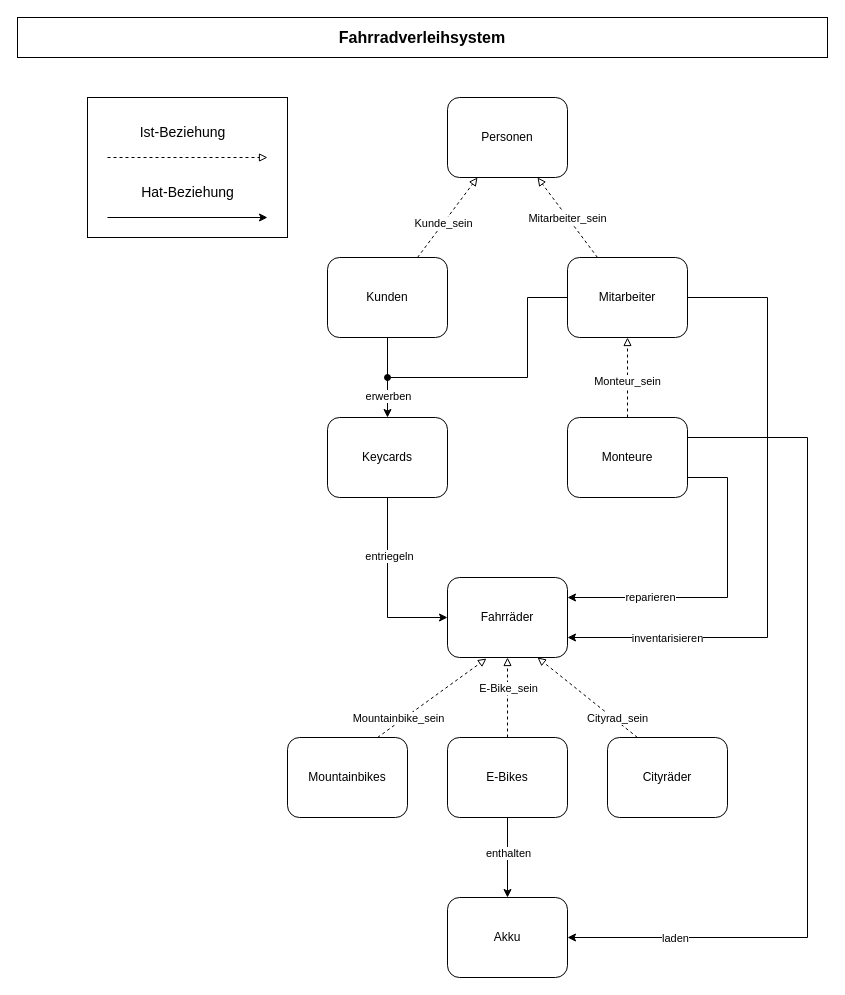
Above: Fahrradverleih.drawio in tobiasenger/zeichnungen (draw.io), before the change. Source tidied: cells renumbered, new cells numbered last; positions are measured from the earlier drawing's top-left corner, leaving out a move shared by most shapes. Both pictures are drawn from the tidied source at 100%, with x=0, y=0 at pixel (17, 17).
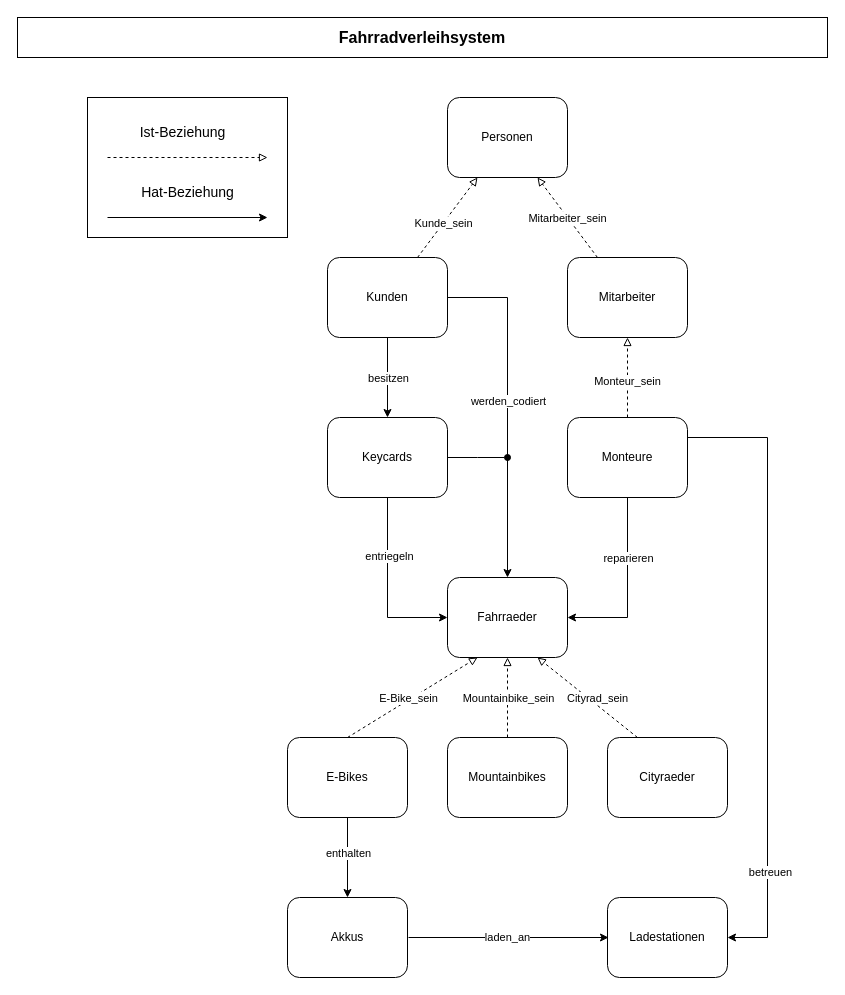
The same page after the edit.

Unchanged cells that the change refers to:
```xml
<mxCell id="10" value="Monteure" style="rounded=1;whiteSpace=wrap;html=1;" parent="1" vertex="1">
  <mxGeometry x="550" y="400" width="120" height="80" as="geometry" />
</mxCell>
<mxCell id="13" value="Keycards" style="rounded=1;whiteSpace=wrap;html=1;" parent="1" vertex="1">
  <mxGeometry x="310" y="400" width="120" height="80" as="geometry" />
</mxCell>
<mxCell id="15" style="rounded=0;jettySize=auto;html=1;exitX=0.25;exitY=0;exitDx=0;exitDy=0;entryX=0.75;entryY=1;entryDx=0;entryDy=0;dashed=1;endArrow=block;endFill=0;" parent="1" edge="1" source="17" target="23">
  <mxGeometry relative="1" as="geometry" />
</mxCell>
<mxCell id="24" style="edgeStyle=orthogonalEdgeStyle;rounded=0;jettySize=auto;html=1;exitX=0.5;exitY=1;exitDx=0;exitDy=0;entryX=0.5;entryY=0;entryDx=0;entryDy=0;" parent="1" edge="1" source="26" target="13">
  <mxGeometry relative="1" as="geometry" />
</mxCell>
<mxCell id="26" value="Kunden" style="rounded=1;whiteSpace=wrap;html=1;" parent="1" vertex="1">
  <mxGeometry x="310" y="240" width="120" height="80" as="geometry" />
</mxCell>
<mxCell id="30" value="Mitarbeiter" style="rounded=1;whiteSpace=wrap;html=1;" parent="1" vertex="1">
  <mxGeometry x="550" y="240" width="120" height="80" as="geometry" />
</mxCell>
```

Change to the diagram source:
```diff
@@
+    <mxCell id="43" style="edgeStyle=orthogonalEdgeStyle;rounded=0;orthogonalLoop=1;jettySize=auto;html=1;exitX=1;exitY=0.5;exitDx=0;exitDy=0;entryX=0;entryY=0.5;entryDx=0;entryDy=0;" parent="1" edge="1">
+      <mxGeometry relative="1" as="geometry">
+        <mxPoint x="391" y="920" as="sourcePoint" />
+        <mxPoint x="591" y="920" as="targetPoint" />
+      </mxGeometry>
+    </mxCell>
+    <mxCell id="44" value="laden_an" style="edgeLabel;html=1;align=center;verticalAlign=middle;" parent="43" vertex="1">
+      <mxGeometry x="-0.02" y="-3" relative="1" as="geometry">
+        <mxPoint y="-4" as="offset" />
+      </mxGeometry>
+    </mxCell>
-    <mxCell id="3" value="Akku" style="rounded=1;whiteSpace=wrap;html=1;" parent="1" vertex="1">
-      <mxGeometry x="430" y="880" width="120" height="80" as="geometry" />
+    <mxCell id="3" value="Akkus" style="rounded=1;whiteSpace=wrap;html=1;" parent="1" vertex="1">
+      <mxGeometry x="270" y="880" width="120" height="80" as="geometry" />
     </mxCell>
@@
-    <mxCell id="6" style="edgeStyle=orthogonalEdgeStyle;rounded=0;jettySize=auto;html=1;exitX=1;exitY=0.75;exitDx=0;exitDy=0;entryX=1;entryY=0.25;entryDx=0;entryDy=0;" parent="1" edge="1" source="10" target="23">
+    <mxCell id="6" style="edgeStyle=orthogonalEdgeStyle;rounded=0;jettySize=auto;html=1;exitX=0.5;exitY=1;exitDx=0;exitDy=0;entryX=1;entryY=0.5;entryDx=0;entryDy=0;" parent="1" edge="1" source="10" target="23">
       <mxGeometry relative="1" as="geometry">
         <Array as="points">
-          <mxPoint x="710" y="460" />
-          <mxPoint x="710" y="580" />
+          <mxPoint x="610" y="600" />
         </Array>
       </mxGeometry>
     </mxCell>
     <mxCell id="7" value="reparieren" style="edgeLabel;html=1;align=center;verticalAlign=middle;" parent="6" vertex="1">
       <mxGeometry x="0.49" y="1" relative="1" as="geometry">
-        <mxPoint y="-2" as="offset" />
+        <mxPoint x="14" y="-61" as="offset" />
       </mxGeometry>
     </mxCell>
-    <mxCell id="8" style="edgeStyle=orthogonalEdgeStyle;rounded=0;jettySize=auto;html=1;exitX=1;exitY=0.25;exitDx=0;exitDy=0;entryX=1;entryY=0.5;entryDx=0;entryDy=0;" parent="1" edge="1" source="10" target="3">
-      <mxGeometry relative="1" as="geometry">
-        <Array as="points">
-          <mxPoint x="790" y="420" />
-          <mxPoint x="790" y="920" />
-        </Array>
-      </mxGeometry>
-    </mxCell>
-    <mxCell id="9" value="laden" style="edgeLabel;html=1;align=center;verticalAlign=middle;" parent="8" vertex="1">
-      <mxGeometry x="0.75" y="1" relative="1" as="geometry">
-        <mxPoint y="-1" as="offset" />
-      </mxGeometry>
-    </mxCell>
@@
+    <mxCell id="45" style="edgeStyle=orthogonalEdgeStyle;rounded=0;jettySize=auto;html=1;exitX=1;exitY=0.5;exitDx=0;exitDy=0;endArrow=oval;endFill=1;" parent="1" edge="1" source="13">
+      <mxGeometry relative="1" as="geometry">
+        <mxPoint x="490" y="440" as="targetPoint" />
+      </mxGeometry>
+    </mxCell>
@@
     <mxCell id="14" value="Mountainbikes" style="rounded=1;whiteSpace=wrap;html=1;" parent="1" vertex="1">
-      <mxGeometry x="270" y="720" width="120" height="80" as="geometry" />
+      <mxGeometry x="430" y="720" width="120" height="80" as="geometry" />
     </mxCell>
@@
     <mxCell id="16" value="Cityrad_sein" style="edgeLabel;html=1;align=center;verticalAlign=middle;" parent="15" vertex="1">
       <mxGeometry x="-0.3" y="3" relative="1" as="geometry">
-        <mxPoint x="17" y="6" as="offset" />
+        <mxPoint x="-3" y="-14" as="offset" />
       </mxGeometry>
     </mxCell>
-    <mxCell id="17" value="Cityräder" style="rounded=1;whiteSpace=wrap;html=1;" parent="1" vertex="1">
+    <mxCell id="17" value="Cityraeder" style="rounded=1;whiteSpace=wrap;html=1;" parent="1" vertex="1">
       <mxGeometry x="590" y="720" width="120" height="80" as="geometry" />
     </mxCell>
-    <mxCell id="18" style="edgeStyle=orthogonalEdgeStyle;rounded=0;jettySize=auto;html=1;exitX=0.5;exitY=0;exitDx=0;exitDy=0;entryX=0.5;entryY=1;entryDx=0;entryDy=0;dashed=1;endArrow=block;endFill=0;" parent="1" edge="1" source="22" target="23">
+    <mxCell id="18" style="rounded=0;jettySize=auto;html=1;exitX=0.5;exitY=0;exitDx=0;exitDy=0;entryX=0.25;entryY=1;entryDx=0;entryDy=0;dashed=1;endArrow=block;endFill=0;" parent="1" edge="1" source="22" target="23">
       <mxGeometry relative="1" as="geometry" />
     </mxCell>
     <mxCell id="19" value="E-Bike_sein" style="edgeLabel;html=1;align=center;verticalAlign=middle;" parent="18" vertex="1">
       <mxGeometry x="-0.15" y="2" relative="1" as="geometry">
-        <mxPoint x="2" y="-16" as="offset" />
+        <mxPoint x="6" y="-4" as="offset" />
       </mxGeometry>
     </mxCell>
@@
     <mxCell id="22" value="E-Bikes" style="rounded=1;whiteSpace=wrap;html=1;" parent="1" vertex="1">
-      <mxGeometry x="430" y="720" width="120" height="80" as="geometry" />
+      <mxGeometry x="270" y="720" width="120" height="80" as="geometry" />
     </mxCell>
-    <mxCell id="23" value="Fahrräder" style="rounded=1;whiteSpace=wrap;html=1;" parent="1" vertex="1">
+    <mxCell id="23" value="Fahrraeder" style="rounded=1;whiteSpace=wrap;html=1;" parent="1" vertex="1">
       <mxGeometry x="430" y="560" width="120" height="80" as="geometry" />
     </mxCell>
@@
-    <mxCell id="25" value="erwerben" style="edgeLabel;html=1;align=center;verticalAlign=middle;" parent="24" vertex="1">
-      <mxGeometry x="0.45" relative="1" as="geometry" />
+    <mxCell id="25" value="besitzen" style="edgeLabel;html=1;align=center;verticalAlign=middle;" parent="24" vertex="1">
+      <mxGeometry x="0.45" relative="1" as="geometry">
+        <mxPoint y="-18" as="offset" />
+      </mxGeometry>
     </mxCell>
+    <mxCell id="46" style="edgeStyle=orthogonalEdgeStyle;rounded=0;jettySize=auto;html=1;exitX=1;exitY=0.5;exitDx=0;exitDy=0;entryX=0.5;entryY=0;entryDx=0;entryDy=0;" parent="1" edge="1" source="26" target="23">
+      <mxGeometry relative="1" as="geometry" />
+    </mxCell>
+    <mxCell id="47" value="werden_codiert" style="edgeLabel;html=1;align=center;verticalAlign=middle;" parent="46" vertex="1">
+      <mxGeometry x="-0.04" relative="1" as="geometry" />
+    </mxCell>
@@
-    <mxCell id="27" style="edgeStyle=orthogonalEdgeStyle;rounded=0;jettySize=auto;html=1;exitX=1;exitY=0.5;exitDx=0;exitDy=0;entryX=1;entryY=0.75;entryDx=0;entryDy=0;" parent="1" edge="1" source="30" target="23">
-      <mxGeometry relative="1" as="geometry">
-        <Array as="points">
-          <mxPoint x="750" y="280" />
-          <mxPoint x="750" y="620" />
-        </Array>
-      </mxGeometry>
-    </mxCell>
-    <mxCell id="28" value="inventarisieren" style="edgeLabel;html=1;align=center;verticalAlign=middle;" parent="27" vertex="1">
-      <mxGeometry x="0.68" relative="1" as="geometry" />
-    </mxCell>
-    <mxCell id="29" style="edgeStyle=orthogonalEdgeStyle;rounded=0;jettySize=auto;html=1;exitX=0;exitY=0.5;exitDx=0;exitDy=0;endArrow=oval;endFill=1;" parent="1" edge="1" source="30">
-      <mxGeometry relative="1" as="geometry">
-        <mxPoint x="370" y="360" as="targetPoint" />
-        <Array as="points">
-          <mxPoint x="510" y="280" />
-          <mxPoint x="510" y="360" />
-          <mxPoint x="370" y="360" />
-        </Array>
-      </mxGeometry>
-    </mxCell>
@@
-    <mxCell id="36" style="rounded=0;jettySize=auto;html=1;exitX=0.75;exitY=0;exitDx=0;exitDy=0;entryX=0.325;entryY=1.013;entryDx=0;entryDy=0;entryPerimeter=0;dashed=1;endArrow=block;endFill=0;" parent="1" edge="1" source="14" target="23">
+    <mxCell id="36" style="rounded=0;jettySize=auto;html=1;exitX=0.5;exitY=0;exitDx=0;exitDy=0;entryX=0.5;entryY=1;entryDx=0;entryDy=0;dashed=1;endArrow=block;endFill=0;" parent="1" edge="1" source="14" target="23">
       <mxGeometry relative="1" as="geometry" />
     </mxCell>
     <mxCell id="37" value="Mountainbike_sein" style="edgeLabel;html=1;align=center;verticalAlign=middle;" parent="36" vertex="1">
       <mxGeometry x="-0.13" y="-1" relative="1" as="geometry">
-        <mxPoint x="-28" y="14" as="offset" />
+        <mxPoint x="-1" y="-5" as="offset" />
       </mxGeometry>
     </mxCell>
@@
+    <mxCell id="48" style="edgeStyle=orthogonalEdgeStyle;rounded=0;jettySize=auto;html=1;exitX=1;exitY=0.25;exitDx=0;exitDy=0;entryX=1;entryY=0.5;entryDx=0;entryDy=0;" parent="1" edge="1" source="10" target="50">
+      <mxGeometry relative="1" as="geometry">
+        <Array as="points">
+          <mxPoint x="750" y="420" />
+          <mxPoint x="750" y="920" />
+        </Array>
+      </mxGeometry>
+    </mxCell>
+    <mxCell id="49" value="betreuen" style="edgeLabel;html=1;align=center;verticalAlign=middle;" parent="48" vertex="1">
+      <mxGeometry x="0.65" y="2" relative="1" as="geometry">
+        <mxPoint y="2" as="offset" />
+      </mxGeometry>
+    </mxCell>
+    <mxCell id="50" value="Ladestationen" style="rounded=1;whiteSpace=wrap;html=1;" parent="1" vertex="1">
+      <mxGeometry x="590" y="880" width="120" height="80" as="geometry" />
+    </mxCell>
```
